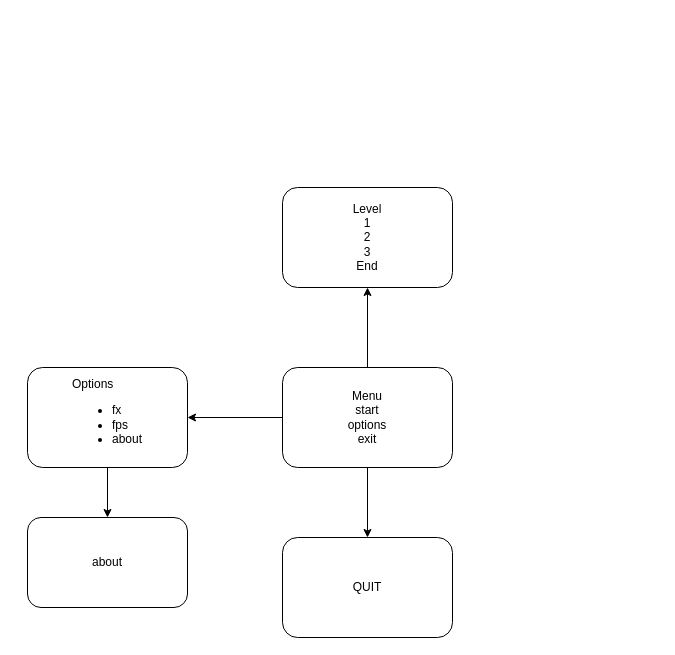
Earlier version of the draw.io diagram racker.drawio (HataroKhanh/Game_Simple). Source tidied: cells renumbered, new cells numbered last; positions are measured from the earlier drawing's top-left corner, leaving out a move shared by most shapes. Both pictures are drawn from the tidied source at 100%, with x=0, y=0 at pixel (27, 187).
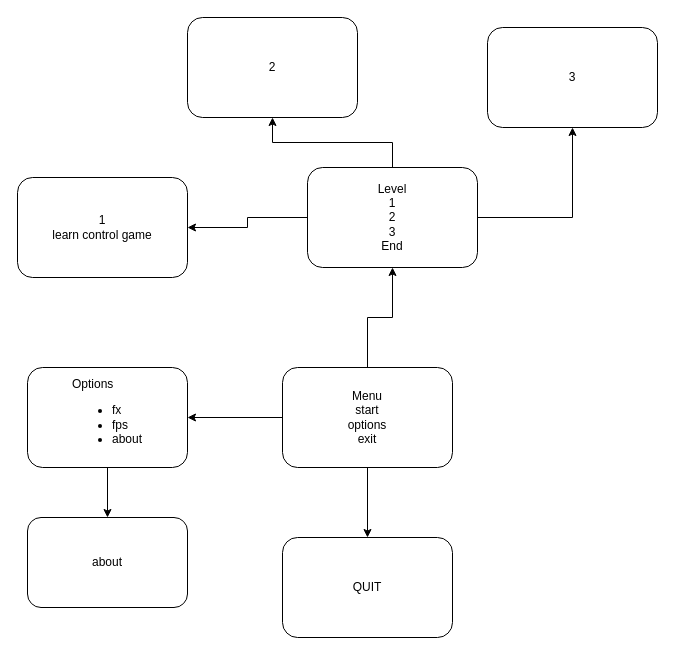
The same diagram, later.

Commit message (it also covers changes not shown here):
Cập nhật racker.drawio

What changed in the source:
```diff
@@
 <mxGraphModel>
   <root>
     <mxCell id="0" />
     <mxCell id="1" parent="0" />
     <mxCell id="2" style="edgeStyle=orthogonalEdgeStyle;rounded=0;jettySize=auto;html=1;" parent="1" edge="1" source="5" target="7">
       <mxGeometry relative="1" as="geometry" />
     </mxCell>
     <mxCell id="3" style="edgeStyle=orthogonalEdgeStyle;rounded=0;jettySize=auto;html=1;" parent="1" edge="1" source="5" target="10">
       <mxGeometry relative="1" as="geometry" />
     </mxCell>
     <mxCell id="4" style="edgeStyle=orthogonalEdgeStyle;rounded=0;jettySize=auto;html=1;" parent="1" edge="1" source="5" target="11">
       <mxGeometry relative="1" as="geometry" />
     </mxCell>
     <mxCell id="5" value="Menu&lt;div&gt;start&lt;/div&gt;&lt;div&gt;options&lt;/div&gt;&lt;div&gt;exit&lt;/div&gt;" style="rounded=1;whiteSpace=wrap;html=1;" parent="1" vertex="1">
       <mxGeometry x="255" y="180" width="170" height="100" as="geometry" />
     </mxCell>
     <mxCell id="6" style="edgeStyle=orthogonalEdgeStyle;rounded=0;jettySize=auto;html=1;" parent="1" edge="1" source="7" target="8">
       <mxGeometry relative="1" as="geometry" />
     </mxCell>
     <mxCell id="7" value="&lt;div style=&quot;text-align: justify;&quot;&gt;&lt;span style=&quot;background-color: initial;&quot;&gt;Options&lt;/span&gt;&lt;/div&gt;&lt;div&gt;&lt;ul&gt;&lt;li style=&quot;text-align: justify;&quot;&gt;fx&lt;/li&gt;&lt;li style=&quot;text-align: justify;&quot;&gt;fps&lt;/li&gt;&lt;li style=&quot;text-align: justify;&quot;&gt;about&lt;/li&gt;&lt;/ul&gt;&lt;/div&gt;" style="rounded=1;whiteSpace=wrap;html=1;align=center;" parent="1" vertex="1">
       <mxGeometry y="180" width="160" height="100" as="geometry" />
     </mxCell>
     <mxCell id="8" value="about" style="rounded=1;whiteSpace=wrap;html=1;" parent="1" vertex="1">
       <mxGeometry y="330" width="160" height="90" as="geometry" />
     </mxCell>
     <mxCell id="9" style="edgeStyle=orthogonalEdgeStyle;rounded=0;orthogonalLoop=1;jettySize=auto;html=1;entryX=0.5;entryY=0;entryDx=0;entryDy=0;" parent="1" edge="1">
       <mxGeometry relative="1" as="geometry">
         <mxPoint x="600" y="204" as="sourcePoint" />
         <mxPoint x="600" y="204" as="targetPoint" />
       </mxGeometry>
     </mxCell>
+    <mxCell id="12" style="edgeStyle=orthogonalEdgeStyle;rounded=0;jettySize=auto;html=1;" parent="1" edge="1" source="10" target="15">
+      <mxGeometry relative="1" as="geometry" />
+    </mxCell>
+    <mxCell id="13" style="edgeStyle=orthogonalEdgeStyle;rounded=0;jettySize=auto;html=1;" parent="1" edge="1" source="10" target="16">
+      <mxGeometry relative="1" as="geometry" />
+    </mxCell>
+    <mxCell id="14" style="edgeStyle=orthogonalEdgeStyle;rounded=0;jettySize=auto;html=1;" parent="1" edge="1" source="10" target="17">
+      <mxGeometry relative="1" as="geometry" />
+    </mxCell>
     <mxCell id="10" value="Level&lt;div&gt;1&lt;/div&gt;&lt;div&gt;2&lt;/div&gt;&lt;div&gt;3&lt;/div&gt;&lt;div&gt;End&lt;/div&gt;" style="rounded=1;whiteSpace=wrap;html=1;" parent="1" vertex="1">
-      <mxGeometry x="255" width="170" height="100" as="geometry" />
+      <mxGeometry x="280" y="-20" width="170" height="100" as="geometry" />
     </mxCell>
     <mxCell id="11" value="QUIT" style="rounded=1;whiteSpace=wrap;html=1;" parent="1" vertex="1">
       <mxGeometry x="255" y="350" width="170" height="100" as="geometry" />
     </mxCell>
+    <mxCell id="15" value="1&lt;div&gt;learn control game&lt;/div&gt;" style="rounded=1;whiteSpace=wrap;html=1;" parent="1" vertex="1">
+      <mxGeometry x="-10" y="-10" width="170" height="100" as="geometry" />
+    </mxCell>
+    <mxCell id="16" value="2" style="rounded=1;whiteSpace=wrap;html=1;" parent="1" vertex="1">
+      <mxGeometry x="160" y="-170" width="170" height="100" as="geometry" />
+    </mxCell>
+    <mxCell id="17" value="3" style="rounded=1;whiteSpace=wrap;html=1;" parent="1" vertex="1">
+      <mxGeometry x="460" y="-160" width="170" height="100" as="geometry" />
+    </mxCell>
   </root>
 </mxGraphModel>
```
